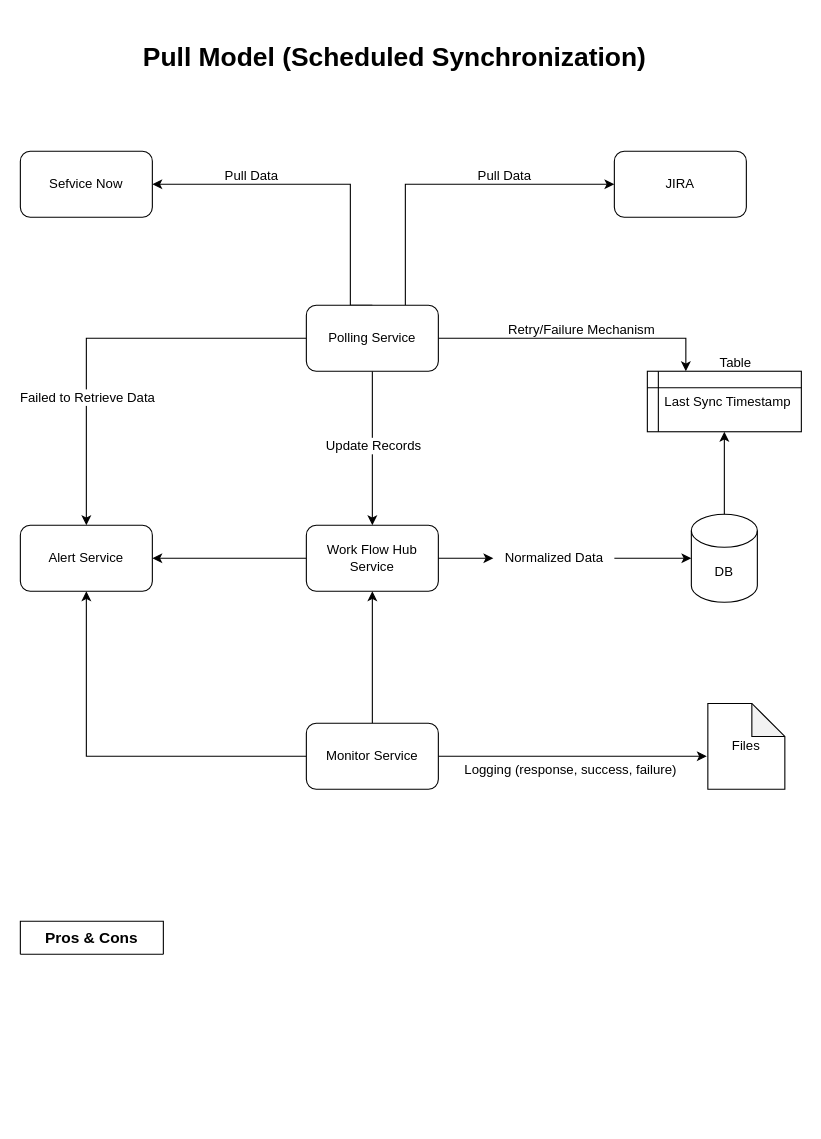
Before: BusinessResilienceWorkFlowHub.drawio in ivineetyadav/architectures, a draw.io diagram. Source tidied: cells renumbered, new cells numbered last; positions are measured from the earlier drawing's top-left corner, leaving out a move shared by most shapes. Both pictures are drawn from the tidied source at 110%, with x=0, y=0 at pixel (20, 19).
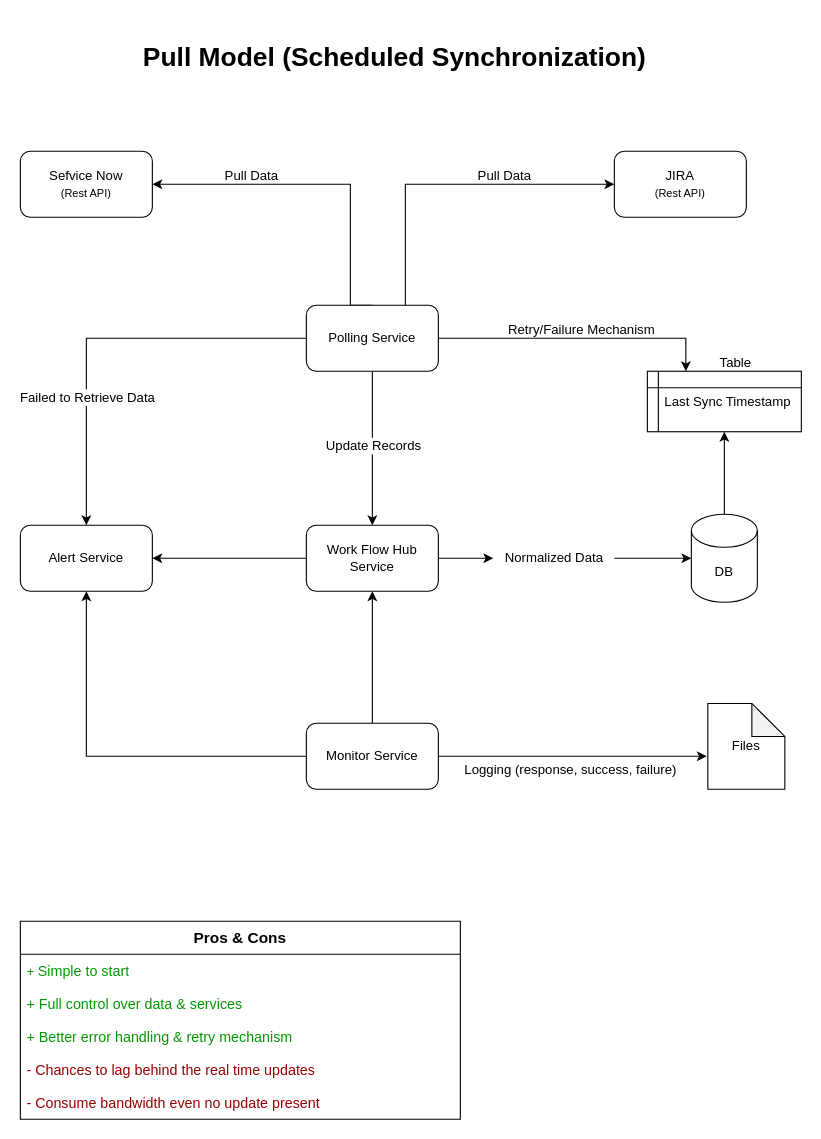
After the change.

Change to the diagram source:
```diff
@@
-    <mxCell id="10" value="JIRA" style="rounded=1;whiteSpace=wrap;html=1;" parent="1" vertex="1">
+    <mxCell id="10" value="JIRA&lt;div&gt;&lt;span style=&quot;font-size: 10px;&quot;&gt;(Rest API)&lt;/span&gt;&lt;/div&gt;" style="rounded=1;whiteSpace=wrap;html=1;" parent="1" vertex="1">
       <mxGeometry x="540" y="120" width="120" height="60" as="geometry" />
     </mxCell>
-    <mxCell id="11" value="Sefvice Now" style="rounded=1;whiteSpace=wrap;html=1;" parent="1" vertex="1">
+    <mxCell id="11" value="Sefvice Now&lt;div&gt;&lt;font style=&quot;font-size: 10px;&quot;&gt;(Rest API)&lt;/font&gt;&lt;/div&gt;" style="rounded=1;whiteSpace=wrap;html=1;" parent="1" vertex="1">
       <mxGeometry y="120" width="120" height="60" as="geometry" />
     </mxCell>
@@
-    <mxCell id="32" value="&lt;h3&gt;Pros &amp;amp; Cons&lt;/h3&gt;" style="swimlane;fontStyle=0;horizontal=1;startSize=30;whiteSpace=wrap;html=1;" parent="1" vertex="1" collapsed="1">
-      <mxGeometry y="820" width="130" height="30" as="geometry" />
+    <mxCell id="32" value="&lt;h3&gt;Pros &amp;amp; Cons&lt;/h3&gt;" style="swimlane;fontStyle=0;horizontal=1;startSize=30;whiteSpace=wrap;html=1;" parent="1" vertex="1">
+      <mxGeometry y="820" width="400" height="180" as="geometry" />
     </mxCell>
+    <mxCell id="33" value="&lt;font style=&quot;color: rgb(0, 153, 0);&quot;&gt;+ &lt;font style=&quot;font-size: 13px;&quot;&gt;Simple to start&lt;/font&gt;&lt;/font&gt;" style="text;strokeColor=none;fillColor=none;align=left;verticalAlign=middle;spacingLeft=4;spacingRight=4;overflow=hidden;whiteSpace=wrap;html=1;" parent="32" vertex="1">
+      <mxGeometry y="30" width="400" height="30" as="geometry" />
+    </mxCell>
+    <mxCell id="34" value="&lt;font style=&quot;font-size: 13px; color: rgb(0, 153, 0);&quot;&gt;+ Full control over data &amp;amp; services&lt;/font&gt;" style="text;strokeColor=none;fillColor=none;align=left;verticalAlign=middle;spacingLeft=4;spacingRight=4;overflow=hidden;whiteSpace=wrap;html=1;" parent="32" vertex="1">
+      <mxGeometry y="60" width="400" height="30" as="geometry" />
+    </mxCell>
+    <mxCell id="35" value="&lt;font style=&quot;font-size: 13px; color: rgb(0, 153, 0);&quot;&gt;+ Better error handling &amp;amp; retry mechanism&amp;nbsp;&lt;/font&gt;" style="text;strokeColor=none;fillColor=none;align=left;verticalAlign=middle;spacingLeft=4;spacingRight=4;overflow=hidden;whiteSpace=wrap;html=1;" parent="32" vertex="1">
+      <mxGeometry y="90" width="400" height="30" as="geometry" />
+    </mxCell>
+    <mxCell id="36" value="&lt;font style=&quot;font-size: 13px; color: rgb(153, 0, 0);&quot;&gt;- Chances to lag behind the real time updates&lt;/font&gt;" style="text;strokeColor=none;fillColor=none;align=left;verticalAlign=middle;spacingLeft=4;spacingRight=4;overflow=hidden;whiteSpace=wrap;html=1;" parent="32" vertex="1">
+      <mxGeometry y="120" width="400" height="30" as="geometry" />
+    </mxCell>
+    <mxCell id="37" value="&lt;font style=&quot;font-size: 13px; color: rgb(153, 0, 0);&quot;&gt;- Consume bandwidth even no update present&lt;/font&gt;" style="text;strokeColor=none;fillColor=none;align=left;verticalAlign=middle;spacingLeft=4;spacingRight=4;overflow=hidden;whiteSpace=wrap;html=1;" parent="32" vertex="1">
+      <mxGeometry y="150" width="400" height="30" as="geometry" />
+    </mxCell>
```
